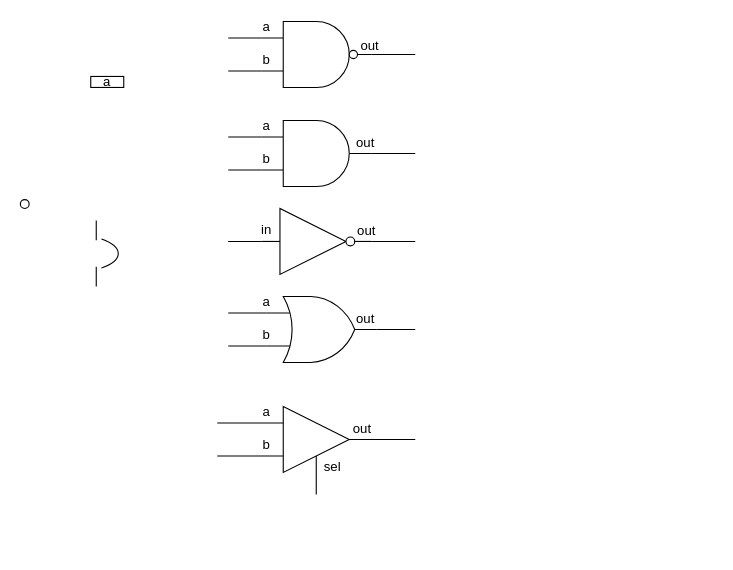
The draw.io diagram page "GATE" (1 of 16) of nand2tetris.drawio in towa1204/nand2tetris, before the edit. Source tidied: cells renumbered, new cells numbered last; positions are measured from the earlier drawing's top-left corner, leaving out a move shared by most shapes. Both pictures are drawn from the tidied source at 110%, with x=0, y=0 at pixel (19, 21).
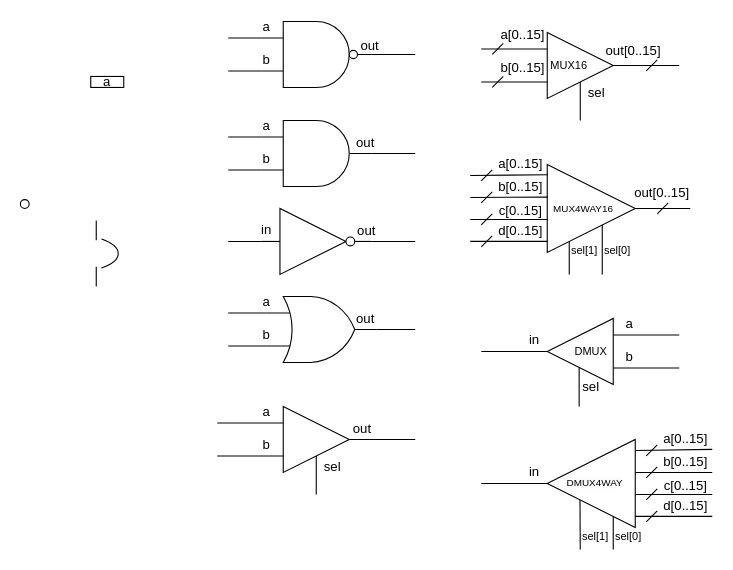
Above is the later version.

Commit message (it also covers changes not shown here):
DMUX8WAYまで書いた

Diff of the diagram source:
```diff
@@
+    <mxCell id="46" style="group;" parent="1" vertex="1">
+      <mxGeometry x="420" y="10" width="180" height="80" as="geometry" />
+    </mxCell>
+    <mxCell id="47" style="triangle;whiteSpace=wrap;html=1;" parent="46" vertex="1">
+      <mxGeometry x="60" width="60" height="60" as="geometry" />
+    </mxCell>
+    <mxCell id="48" style="endArrow=none;html=1;rounded=0;entryX=0;entryY=0.25;entryDx=0;entryDy=0;" parent="46" edge="1" target="47">
+      <mxGeometry relative="1" as="geometry">
+        <mxPoint y="15" as="sourcePoint" />
+      </mxGeometry>
+    </mxCell>
+    <mxCell id="49" style="endArrow=none;html=1;rounded=0;entryX=0;entryY=0.75;entryDx=0;entryDy=0;" parent="46" edge="1" target="47">
+      <mxGeometry relative="1" as="geometry">
+        <mxPoint y="45" as="sourcePoint" />
+      </mxGeometry>
+    </mxCell>
+    <mxCell id="50" style="endArrow=none;html=1;rounded=0;entryX=0.5;entryY=1;entryDx=0;entryDy=0;" parent="46" edge="1" target="47">
+      <mxGeometry relative="1" as="geometry">
+        <mxPoint x="90" y="80" as="sourcePoint" />
+      </mxGeometry>
+    </mxCell>
+    <mxCell id="51" style="endArrow=none;html=1;rounded=0;entryX=1;entryY=0.5;entryDx=0;entryDy=0;" parent="46" edge="1" target="47">
+      <mxGeometry relative="1" as="geometry">
+        <mxPoint x="180" y="30" as="sourcePoint" />
+      </mxGeometry>
+    </mxCell>
+    <mxCell id="52" value="a[0..15]" style="text;html=1;strokeColor=none;fillColor=none;align=center;verticalAlign=middle;whiteSpace=wrap;rounded=0;" parent="46" vertex="1">
+      <mxGeometry x="18" y="-3" width="40" height="10" as="geometry" />
+    </mxCell>
+    <mxCell id="53" value="b[0..15]" style="text;html=1;strokeColor=none;fillColor=none;align=center;verticalAlign=middle;whiteSpace=wrap;rounded=0;" parent="46" vertex="1">
+      <mxGeometry x="18" y="27" width="40" height="10" as="geometry" />
+    </mxCell>
+    <mxCell id="54" value="sel" style="text;html=1;strokeColor=none;fillColor=none;align=center;verticalAlign=middle;whiteSpace=wrap;rounded=0;" parent="46" vertex="1">
+      <mxGeometry x="90" y="50" width="30" height="10" as="geometry" />
+    </mxCell>
+    <mxCell id="55" value="out[0..15]" style="text;html=1;strokeColor=none;fillColor=none;align=center;verticalAlign=middle;whiteSpace=wrap;rounded=0;" parent="46" vertex="1">
+      <mxGeometry x="117" y="12" width="43" height="10" as="geometry" />
+    </mxCell>
+    <mxCell id="56" value="&lt;font style=&quot;font-size: 10px;&quot;&gt;MUX16&lt;/font&gt;" style="text;html=1;strokeColor=none;fillColor=none;align=center;verticalAlign=middle;whiteSpace=wrap;rounded=0;" parent="46" vertex="1">
+      <mxGeometry x="50" y="15" width="60" height="30" as="geometry" />
+    </mxCell>
+    <mxCell id="57" style="endArrow=none;html=1;rounded=0;" parent="46" edge="1">
+      <mxGeometry relative="1" as="geometry">
+        <mxPoint x="10" y="20" as="sourcePoint" />
+        <mxPoint x="20" y="10" as="targetPoint" />
+      </mxGeometry>
+    </mxCell>
+    <mxCell id="58" style="endArrow=none;html=1;rounded=0;" parent="46" edge="1">
+      <mxGeometry relative="1" as="geometry">
+        <mxPoint x="10" y="50" as="sourcePoint" />
+        <mxPoint x="20" y="40" as="targetPoint" />
+      </mxGeometry>
+    </mxCell>
+    <mxCell id="59" style="endArrow=none;html=1;rounded=0;" parent="46" edge="1">
+      <mxGeometry relative="1" as="geometry">
+        <mxPoint x="150" y="35" as="sourcePoint" />
+        <mxPoint x="160" y="25" as="targetPoint" />
+      </mxGeometry>
+    </mxCell>
+    <mxCell id="60" style="group;" parent="1" vertex="1">
+      <mxGeometry x="410" y="125" width="200" height="105" as="geometry" />
+    </mxCell>
+    <mxCell id="61" style="triangle;whiteSpace=wrap;html=1;" parent="60" vertex="1">
+      <mxGeometry x="70" y="5" width="80" height="80" as="geometry" />
+    </mxCell>
+    <mxCell id="62" style="endArrow=none;html=1;rounded=0;entryX=0.006;entryY=0.117;entryDx=0;entryDy=0;entryPerimeter=0;" parent="60" edge="1" target="61">
+      <mxGeometry relative="1" as="geometry">
+        <mxPoint y="15" as="sourcePoint" />
+      </mxGeometry>
+    </mxCell>
+    <mxCell id="63" style="endArrow=none;html=1;rounded=0;entryX=0.004;entryY=0.371;entryDx=0;entryDy=0;entryPerimeter=0;" parent="60" edge="1" target="61">
+      <mxGeometry relative="1" as="geometry">
+        <mxPoint y="35" as="sourcePoint" />
+      </mxGeometry>
+    </mxCell>
+    <mxCell id="64" style="endArrow=none;html=1;rounded=0;entryX=0.004;entryY=0.371;entryDx=0;entryDy=0;entryPerimeter=0;" parent="60" edge="1">
+      <mxGeometry relative="1" as="geometry">
+        <mxPoint y="74.9" as="sourcePoint" />
+        <mxPoint x="70" y="74.9" as="targetPoint" />
+      </mxGeometry>
+    </mxCell>
+    <mxCell id="65" style="endArrow=none;html=1;rounded=0;entryX=0.004;entryY=0.371;entryDx=0;entryDy=0;entryPerimeter=0;" parent="60" edge="1">
+      <mxGeometry relative="1" as="geometry">
+        <mxPoint y="55" as="sourcePoint" />
+        <mxPoint x="70" y="55" as="targetPoint" />
+      </mxGeometry>
+    </mxCell>
+    <mxCell id="66" style="endArrow=none;html=1;rounded=0;" parent="60" edge="1">
+      <mxGeometry relative="1" as="geometry">
+        <mxPoint x="90" y="105" as="sourcePoint" />
+        <mxPoint x="90" y="105" as="targetPoint" />
+        <Array as="points">
+          <mxPoint x="90" y="75" />
+          <mxPoint x="90" y="105" />
+        </Array>
+      </mxGeometry>
+    </mxCell>
+    <mxCell id="67" style="endArrow=none;html=1;rounded=0;entryX=0.627;entryY=0.687;entryDx=0;entryDy=0;entryPerimeter=0;" parent="60" edge="1">
+      <mxGeometry relative="1" as="geometry">
+        <mxPoint x="120" y="105" as="sourcePoint" />
+        <mxPoint x="120" y="60" as="targetPoint" />
+      </mxGeometry>
+    </mxCell>
+    <mxCell id="68" style="endArrow=none;html=1;rounded=0;exitX=1;exitY=0.5;exitDx=0;exitDy=0;" parent="60" edge="1" source="61">
+      <mxGeometry relative="1" as="geometry">
+        <mxPoint x="200" y="45" as="targetPoint" />
+      </mxGeometry>
+    </mxCell>
+    <mxCell id="69" value="a[0..15]" style="text;html=1;strokeColor=none;fillColor=none;align=center;verticalAlign=middle;whiteSpace=wrap;rounded=0;" parent="60" vertex="1">
+      <mxGeometry x="26" width="40" height="10" as="geometry" />
+    </mxCell>
+    <mxCell id="70" value="b[0..15]" style="text;html=1;strokeColor=none;fillColor=none;align=center;verticalAlign=middle;whiteSpace=wrap;rounded=0;" parent="60" vertex="1">
+      <mxGeometry x="26" y="21" width="40" height="10" as="geometry" />
+    </mxCell>
+    <mxCell id="71" value="c[0..15]" style="text;html=1;strokeColor=none;fillColor=none;align=center;verticalAlign=middle;whiteSpace=wrap;rounded=0;" parent="60" vertex="1">
+      <mxGeometry x="26" y="42" width="40" height="10" as="geometry" />
+    </mxCell>
+    <mxCell id="72" value="d[0..15]" style="text;html=1;strokeColor=none;fillColor=none;align=center;verticalAlign=middle;whiteSpace=wrap;rounded=0;" parent="60" vertex="1">
+      <mxGeometry x="26" y="61" width="40" height="10" as="geometry" />
+    </mxCell>
+    <mxCell id="73" value="&lt;font style=&quot;font-size: 9px;&quot;&gt;MUX4WAY16&lt;/font&gt;" style="text;html=1;strokeColor=none;fillColor=none;align=center;verticalAlign=middle;whiteSpace=wrap;rounded=0;" parent="60" vertex="1">
+      <mxGeometry x="73" y="30" width="60" height="30" as="geometry" />
+    </mxCell>
+    <mxCell id="74" style="endArrow=none;html=1;rounded=0;" parent="60" edge="1">
+      <mxGeometry relative="1" as="geometry">
+        <mxPoint x="10" y="20" as="sourcePoint" />
+        <mxPoint x="20" y="10" as="targetPoint" />
+      </mxGeometry>
+    </mxCell>
+    <mxCell id="75" style="endArrow=none;html=1;rounded=0;" parent="60" edge="1">
+      <mxGeometry relative="1" as="geometry">
+        <mxPoint x="10" y="40" as="sourcePoint" />
+        <mxPoint x="20" y="30" as="targetPoint" />
+      </mxGeometry>
+    </mxCell>
+    <mxCell id="76" style="endArrow=none;html=1;rounded=0;" parent="60" edge="1">
+      <mxGeometry relative="1" as="geometry">
+        <mxPoint x="10" y="60" as="sourcePoint" />
+        <mxPoint x="20" y="50" as="targetPoint" />
+      </mxGeometry>
+    </mxCell>
+    <mxCell id="77" style="endArrow=none;html=1;rounded=0;" parent="60" edge="1">
+      <mxGeometry relative="1" as="geometry">
+        <mxPoint x="10" y="80" as="sourcePoint" />
+        <mxPoint x="20" y="70" as="targetPoint" />
+      </mxGeometry>
+    </mxCell>
+    <mxCell id="78" value="&lt;font style=&quot;font-size: 10px;&quot;&gt;sel[0]&lt;/font&gt;" style="text;html=1;strokeColor=none;fillColor=none;align=center;verticalAlign=middle;whiteSpace=wrap;rounded=0;" parent="60" vertex="1">
+      <mxGeometry x="119" y="78" width="30" height="10" as="geometry" />
+    </mxCell>
+    <mxCell id="79" value="&lt;font style=&quot;font-size: 10px;&quot;&gt;sel[1]&lt;/font&gt;" style="text;html=1;strokeColor=none;fillColor=none;align=center;verticalAlign=middle;whiteSpace=wrap;rounded=0;" parent="60" vertex="1">
+      <mxGeometry x="89" y="78" width="30" height="10" as="geometry" />
+    </mxCell>
+    <mxCell id="80" value="out[0..15]" style="text;html=1;strokeColor=none;fillColor=none;align=center;verticalAlign=middle;whiteSpace=wrap;rounded=0;" parent="60" vertex="1">
+      <mxGeometry x="153" y="26" width="43" height="10" as="geometry" />
+    </mxCell>
+    <mxCell id="81" style="endArrow=none;html=1;rounded=0;" parent="60" edge="1">
+      <mxGeometry relative="1" as="geometry">
+        <mxPoint x="170" y="50" as="sourcePoint" />
+        <mxPoint x="180" y="40" as="targetPoint" />
+      </mxGeometry>
+    </mxCell>
+    <mxCell id="82" style="group;" parent="1" vertex="1">
+      <mxGeometry x="420" y="270" width="180" height="80" as="geometry" />
+    </mxCell>
+    <mxCell id="83" style="triangle;whiteSpace=wrap;html=1;rotation=-180;" parent="82" vertex="1">
+      <mxGeometry x="60" width="60" height="60" as="geometry" />
+    </mxCell>
+    <mxCell id="84" value="&lt;font style=&quot;font-size: 10px;&quot;&gt;DMUX&lt;/font&gt;" style="text;html=1;strokeColor=none;fillColor=none;align=center;verticalAlign=middle;whiteSpace=wrap;rounded=0;" parent="82" vertex="1">
+      <mxGeometry x="70" y="15" width="60" height="30" as="geometry" />
+    </mxCell>
+    <mxCell id="85" style="endArrow=none;html=1;rounded=0;entryX=1;entryY=0.5;entryDx=0;entryDy=0;" parent="82" edge="1" target="83">
+      <mxGeometry relative="1" as="geometry">
+        <mxPoint y="30" as="sourcePoint" />
+      </mxGeometry>
+    </mxCell>
+    <mxCell id="86" value="in" style="text;html=1;strokeColor=none;fillColor=none;align=center;verticalAlign=middle;whiteSpace=wrap;rounded=0;" parent="82" vertex="1">
+      <mxGeometry x="27" y="15" width="43" height="10" as="geometry" />
+    </mxCell>
+    <mxCell id="87" style="endArrow=none;html=1;rounded=0;entryX=1;entryY=0.5;entryDx=0;entryDy=0;" parent="82" edge="1">
+      <mxGeometry relative="1" as="geometry">
+        <mxPoint x="120" y="15" as="sourcePoint" />
+        <mxPoint x="180" y="15" as="targetPoint" />
+      </mxGeometry>
+    </mxCell>
+    <mxCell id="88" style="endArrow=none;html=1;rounded=0;entryX=1;entryY=0.5;entryDx=0;entryDy=0;" parent="82" edge="1">
+      <mxGeometry relative="1" as="geometry">
+        <mxPoint x="120" y="45" as="sourcePoint" />
+        <mxPoint x="180" y="45" as="targetPoint" />
+      </mxGeometry>
+    </mxCell>
+    <mxCell id="89" value="a" style="text;html=1;strokeColor=none;fillColor=none;align=center;verticalAlign=middle;whiteSpace=wrap;rounded=0;" parent="82" vertex="1">
+      <mxGeometry x="120" width="30" height="10" as="geometry" />
+    </mxCell>
+    <mxCell id="90" value="b" style="text;html=1;strokeColor=none;fillColor=none;align=center;verticalAlign=middle;whiteSpace=wrap;rounded=0;" parent="82" vertex="1">
+      <mxGeometry x="120" y="30" width="30" height="10" as="geometry" />
+    </mxCell>
+    <mxCell id="91" style="endArrow=none;html=1;rounded=0;entryX=0.5;entryY=1;entryDx=0;entryDy=0;" parent="82" edge="1">
+      <mxGeometry relative="1" as="geometry">
+        <mxPoint x="89" y="80" as="sourcePoint" />
+        <mxPoint x="89" y="45" as="targetPoint" />
+      </mxGeometry>
+    </mxCell>
+    <mxCell id="92" value="sel" style="text;html=1;strokeColor=none;fillColor=none;align=center;verticalAlign=middle;whiteSpace=wrap;rounded=0;" parent="82" vertex="1">
+      <mxGeometry x="85" y="57" width="30" height="10" as="geometry" />
+    </mxCell>
+    <mxCell id="93" style="group;" parent="1" vertex="1">
+      <mxGeometry x="420" y="375" width="210" height="105" as="geometry" />
+    </mxCell>
+    <mxCell id="94" style="triangle;whiteSpace=wrap;html=1;rotation=-180;" parent="93" vertex="1">
+      <mxGeometry x="60" y="5" width="80" height="80" as="geometry" />
+    </mxCell>
+    <mxCell id="95" style="endArrow=none;html=1;rounded=0;entryX=0.006;entryY=0.117;entryDx=0;entryDy=0;entryPerimeter=0;" parent="93" edge="1">
+      <mxGeometry relative="1" as="geometry">
+        <mxPoint x="140" y="15" as="sourcePoint" />
+        <mxPoint x="210" y="14" as="targetPoint" />
+      </mxGeometry>
+    </mxCell>
+    <mxCell id="96" style="endArrow=none;html=1;rounded=0;entryX=0.004;entryY=0.371;entryDx=0;entryDy=0;entryPerimeter=0;" parent="93" edge="1">
+      <mxGeometry relative="1" as="geometry">
+        <mxPoint x="140" y="35" as="sourcePoint" />
+        <mxPoint x="210" y="35" as="targetPoint" />
+      </mxGeometry>
+    </mxCell>
+    <mxCell id="97" style="endArrow=none;html=1;rounded=0;entryX=0.004;entryY=0.371;entryDx=0;entryDy=0;entryPerimeter=0;" parent="93" edge="1">
+      <mxGeometry relative="1" as="geometry">
+        <mxPoint x="140" y="74.9" as="sourcePoint" />
+        <mxPoint x="210" y="74.9" as="targetPoint" />
+      </mxGeometry>
+    </mxCell>
+    <mxCell id="98" style="endArrow=none;html=1;rounded=0;entryX=0.004;entryY=0.371;entryDx=0;entryDy=0;entryPerimeter=0;" parent="93" edge="1">
+      <mxGeometry relative="1" as="geometry">
+        <mxPoint x="140" y="55" as="sourcePoint" />
+        <mxPoint x="210" y="55" as="targetPoint" />
+      </mxGeometry>
+    </mxCell>
+    <mxCell id="99" value="a[0..15]" style="text;html=1;strokeColor=none;fillColor=none;align=center;verticalAlign=middle;whiteSpace=wrap;rounded=0;" parent="93" vertex="1">
+      <mxGeometry x="166" width="40" height="10" as="geometry" />
+    </mxCell>
+    <mxCell id="100" value="b[0..15]" style="text;html=1;strokeColor=none;fillColor=none;align=center;verticalAlign=middle;whiteSpace=wrap;rounded=0;" parent="93" vertex="1">
+      <mxGeometry x="166" y="21" width="40" height="10" as="geometry" />
+    </mxCell>
+    <mxCell id="101" value="c[0..15]" style="text;html=1;strokeColor=none;fillColor=none;align=center;verticalAlign=middle;whiteSpace=wrap;rounded=0;" parent="93" vertex="1">
+      <mxGeometry x="166" y="42" width="40" height="10" as="geometry" />
+    </mxCell>
+    <mxCell id="102" value="d[0..15]" style="text;html=1;strokeColor=none;fillColor=none;align=center;verticalAlign=middle;whiteSpace=wrap;rounded=0;" parent="93" vertex="1">
+      <mxGeometry x="166" y="61" width="40" height="10" as="geometry" />
+    </mxCell>
+    <mxCell id="103" style="endArrow=none;html=1;rounded=0;" parent="93" edge="1">
+      <mxGeometry relative="1" as="geometry">
+        <mxPoint x="150" y="20" as="sourcePoint" />
+        <mxPoint x="160" y="10" as="targetPoint" />
+      </mxGeometry>
+    </mxCell>
+    <mxCell id="104" style="endArrow=none;html=1;rounded=0;" parent="93" edge="1">
+      <mxGeometry relative="1" as="geometry">
+        <mxPoint x="150" y="40" as="sourcePoint" />
+        <mxPoint x="160" y="30" as="targetPoint" />
+      </mxGeometry>
+    </mxCell>
+    <mxCell id="105" style="endArrow=none;html=1;rounded=0;" parent="93" edge="1">
+      <mxGeometry relative="1" as="geometry">
+        <mxPoint x="150" y="60" as="sourcePoint" />
+        <mxPoint x="160" y="50" as="targetPoint" />
+      </mxGeometry>
+    </mxCell>
+    <mxCell id="106" style="endArrow=none;html=1;rounded=0;" parent="93" edge="1">
+      <mxGeometry relative="1" as="geometry">
+        <mxPoint x="150" y="80" as="sourcePoint" />
+        <mxPoint x="160" y="70" as="targetPoint" />
+      </mxGeometry>
+    </mxCell>
+    <mxCell id="107" style="endArrow=none;html=1;rounded=0;entryX=1;entryY=0.5;entryDx=0;entryDy=0;" parent="93" edge="1">
+      <mxGeometry relative="1" as="geometry">
+        <mxPoint y="45" as="sourcePoint" />
+        <mxPoint x="60" y="45" as="targetPoint" />
+      </mxGeometry>
+    </mxCell>
+    <mxCell id="108" value="in" style="text;html=1;strokeColor=none;fillColor=none;align=center;verticalAlign=middle;whiteSpace=wrap;rounded=0;" parent="93" vertex="1">
+      <mxGeometry x="27" y="30" width="43" height="10" as="geometry" />
+    </mxCell>
+    <mxCell id="109" style="endArrow=none;html=1;rounded=0;entryX=0.627;entryY=0.687;entryDx=0;entryDy=0;entryPerimeter=0;" parent="93" edge="1">
+      <mxGeometry relative="1" as="geometry">
+        <mxPoint x="120" y="105" as="sourcePoint" />
+        <mxPoint x="120" y="75" as="targetPoint" />
+      </mxGeometry>
+    </mxCell>
+    <mxCell id="110" value="&lt;font style=&quot;font-size: 10px;&quot;&gt;sel[0]&lt;/font&gt;" style="text;html=1;strokeColor=none;fillColor=none;align=center;verticalAlign=middle;whiteSpace=wrap;rounded=0;" parent="93" vertex="1">
+      <mxGeometry x="119" y="88" width="30" height="10" as="geometry" />
+    </mxCell>
+    <mxCell id="111" value="&lt;font style=&quot;font-size: 10px;&quot;&gt;sel[1]&lt;/font&gt;" style="text;html=1;strokeColor=none;fillColor=none;align=center;verticalAlign=middle;whiteSpace=wrap;rounded=0;" parent="93" vertex="1">
+      <mxGeometry x="89" y="88" width="30" height="10" as="geometry" />
+    </mxCell>
+    <mxCell id="112" style="endArrow=none;html=1;rounded=0;exitX=0.628;exitY=0.31;exitDx=0;exitDy=0;exitPerimeter=0;" parent="93" edge="1" source="94">
+      <mxGeometry relative="1" as="geometry">
+        <mxPoint x="90" y="105" as="targetPoint" />
+      </mxGeometry>
+    </mxCell>
+    <mxCell id="113" value="&lt;span style=&quot;color: rgb(0, 0, 0); font-family: Helvetica; font-size: 9px; font-style: normal; font-variant-ligatures: normal; font-variant-caps: normal; font-weight: 400; letter-spacing: normal; orphans: 2; text-align: center; text-indent: 0px; text-transform: none; widows: 2; word-spacing: 0px; -webkit-text-stroke-width: 0px; background-color: rgb(251, 251, 251); text-decoration-thickness: initial; text-decoration-style: initial; text-decoration-color: initial; float: none; display: inline !important;&quot;&gt;DMUX4WAY&lt;/span&gt;" style="text;whiteSpace=wrap;html=1;" parent="93" vertex="1">
+      <mxGeometry x="76" y="30" width="64" height="25" as="geometry" />
+    </mxCell>
```
